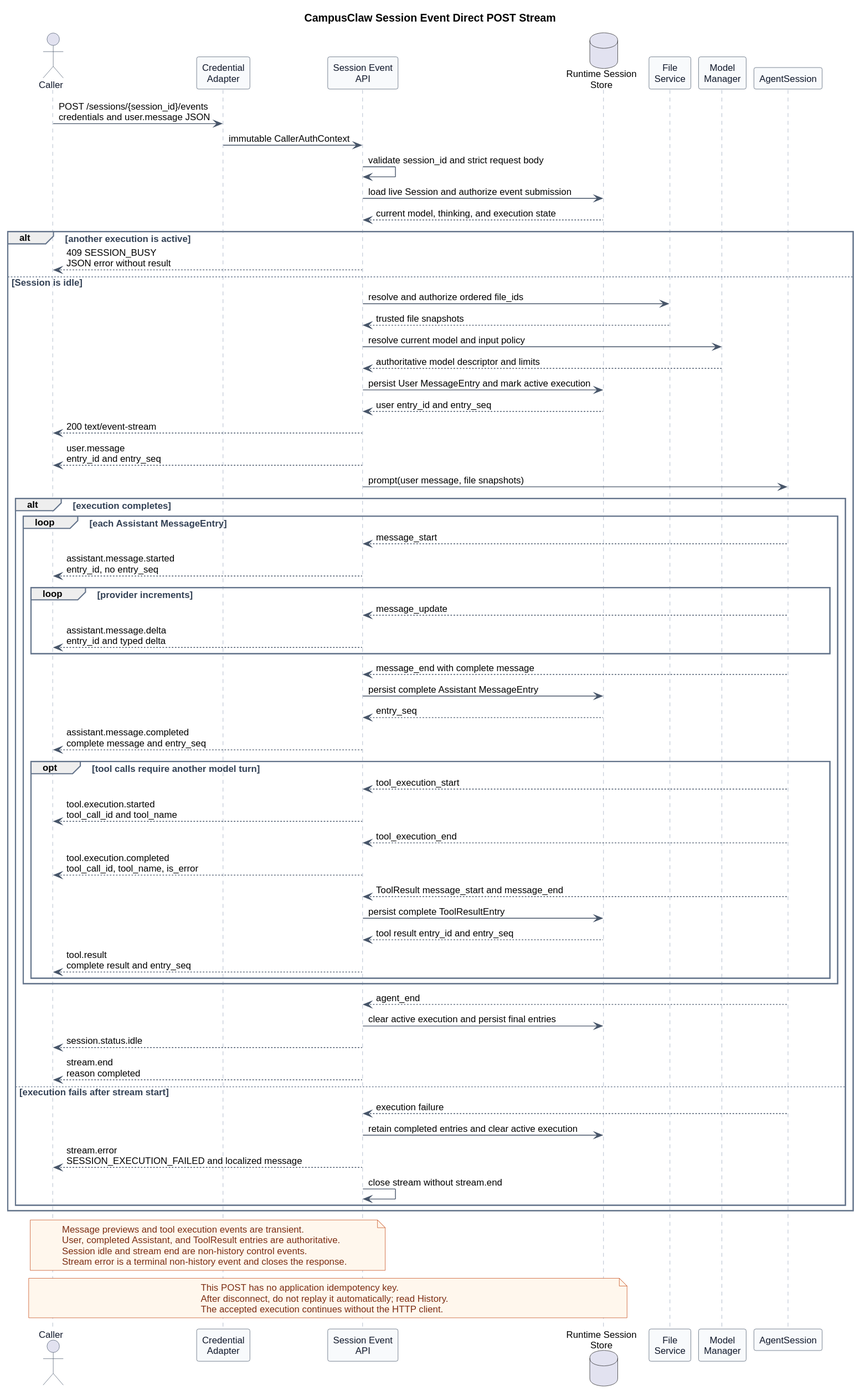
The PlantUML diagram pi-mono-java-manager-driven-multi-agent-runtime/http_session_event_stream.svg in ssm0808/pi-mono-java-design, before a commit. Its diagram source:
```plantuml
@startuml
title CampusClaw Session Event Direct POST Stream


skinparam backgroundColor #FFFFFF
skinparam shadowing false
skinparam defaultFontName Arial
skinparam defaultFontSize 12
skinparam sequence {
  ArrowColor #475569
  ActorBorderColor #475569
  ActorFontColor #0F172A
  LifeLineBorderColor #94A3B8
  LifeLineBackgroundColor #F8FAFC
  ParticipantBorderColor #475569
  ParticipantBackgroundColor #F8FAFC
  ParticipantFontColor #0F172A
  GroupBorderColor #64748B
  GroupFontColor #334155
}
skinparam note {
  BackgroundColor #FFF7ED
  BorderColor #C2410C
  FontColor #7C2D12
}

actor Caller
participant "Credential\nAdapter" as Auth
participant "Session Event\nAPI" as API
database "Runtime Session\nStore" as Store
participant "File\nService" as FileService
participant "Model\nManager" as Manager
participant AgentSession

Caller -> Auth : POST /sessions/{session_id}/events\ncredentials and user.message JSON
Auth -> API : immutable CallerAuthContext
API -> API : validate session_id and strict request body
API -> Store : load live Session and authorize event submission
Store --> API : current model, thinking, and execution state

alt another execution is active
  API --> Caller : 409 SESSION_BUSY\nJSON error without result
else Session is idle
  API -> FileService : resolve and authorize ordered file_ids
  FileService --> API : trusted file snapshots
  API -> Manager : resolve current model and input policy
  Manager --> API : authoritative model descriptor and limits
  API -> Store : persist User MessageEntry and mark active execution
  Store --> API : user entry_id and entry_seq
  API --> Caller : 200 text/event-stream
  API --> Caller : user.message\nentry_id and entry_seq
  API -> AgentSession : prompt(user message, file snapshots)

  alt execution completes
    loop each Assistant MessageEntry
      AgentSession --> API : message_start
      API --> Caller : assistant.message.started\nentry_id, no entry_seq
      loop provider increments
        AgentSession --> API : message_update
        API --> Caller : assistant.message.delta\nentry_id and typed delta
      end
      AgentSession --> API : message_end with complete message
      API -> Store : persist complete Assistant MessageEntry
      Store --> API : entry_seq
      API --> Caller : assistant.message.completed\ncomplete message and entry_seq
      opt tool calls require another model turn
        AgentSession --> API : tool_execution_start
        API --> Caller : tool.execution.started\ntool_call_id and tool_name
        AgentSession --> API : tool_execution_end
        API --> Caller : tool.execution.completed\ntool_call_id, tool_name, is_error
        AgentSession --> API : ToolResult message_start and message_end
        API -> Store : persist complete ToolResultEntry
        Store --> API : tool result entry_id and entry_seq
        API --> Caller : tool.result\ncomplete result and entry_seq
      end
    end

    AgentSession --> API : agent_end
    API -> Store : clear active execution and persist final entries
    API --> Caller : session.status.idle
    API --> Caller : stream.end\nreason completed
  else execution fails after stream start
    AgentSession --> API : execution failure
    API -> Store : retain completed entries and clear active execution
    API --> Caller : stream.error\nSESSION_EXECUTION_FAILED and localized message
    API -> API : close stream without stream.end
  end
end

note over API,Caller
Message previews and tool execution events are transient.
User, completed Assistant, and ToolResult entries are authoritative.
Session idle and stream end are non-history control events.
Stream error is a terminal non-history event and closes the response.
end note

note over Caller,Store
This POST has no application idempotency key.
After disconnect, do not replay it automatically; read History.
The accepted execution continues without the HTTP client.
end note
@enduml
```
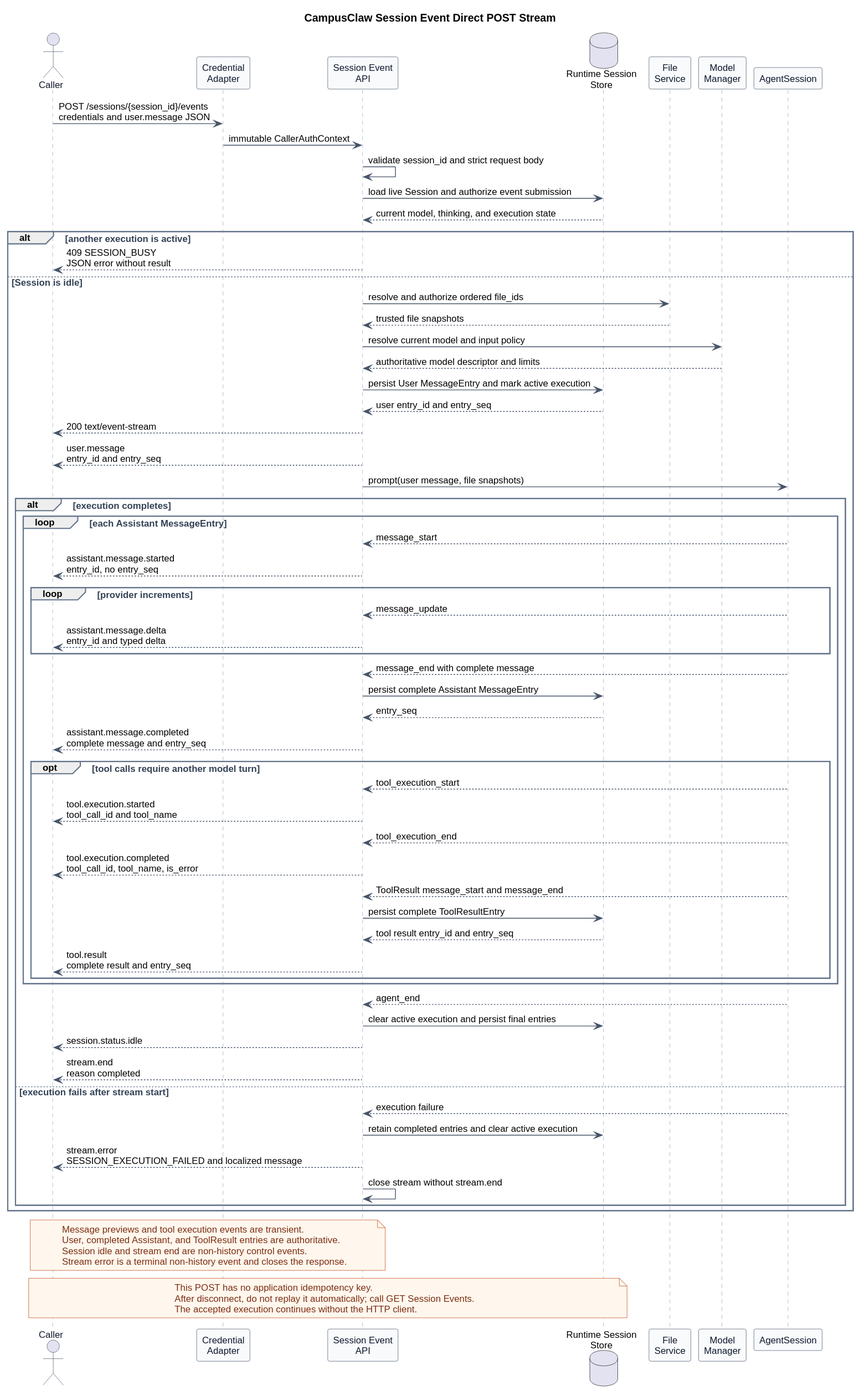
After the commit.

Change to the diagram source:
```diff
@@ -96,7 +96,7 @@
 
 note over Caller,Store
 This POST has no application idempotency key.
-After disconnect, do not replay it automatically; read History.
+After disconnect, do not replay it automatically; call GET Session Events.
 The accepted execution continues without the HTTP client.
 end note
 @enduml
```
